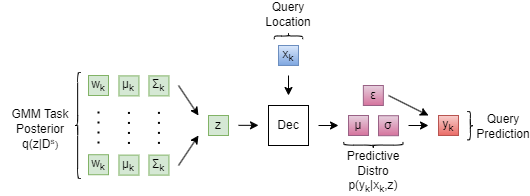
This is assets/diagrams/exports/gmm-np.png from ChickNCurry/dvi-for-bml, a draw.io export, as it was before one commit. Source tidied: cells renumbered, new cells last; positions are measured from the earlier drawing's top-left corner, leaving out a move shared by most shapes.
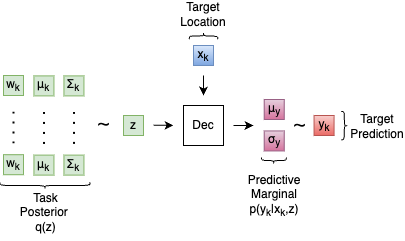
The same file after the commit.

The edit, as a diff of the source:
```diff
@@ -8,12 +8,6 @@
     <mxCell id="3" value="Σ&lt;sub&gt;k&lt;/sub&gt;" style="whiteSpace=wrap;html=1;fillColor=#d5e8d4;strokeColor=#82b366;fontColor=#000000;" parent="1" vertex="1">
       <mxGeometry x="148.4" y="70.4" width="20" height="20" as="geometry" />
     </mxCell>
-    <mxCell id="4" style="endArrow=classic;html=1;" parent="1" edge="1">
-      <mxGeometry relative="1" as="geometry">
-        <mxPoint x="178" y="80" as="sourcePoint" />
-        <mxPoint x="198" y="110" as="targetPoint" />
-      </mxGeometry>
-    </mxCell>
     <mxCell id="5" value="&lt;font color=&quot;#000000&quot;&gt;z&lt;/font&gt;" style="whiteSpace=wrap;html=1;fillColor=#d5e8d4;strokeColor=#82b366;" parent="1" vertex="1">
       <mxGeometry x="208" y="110" width="20" height="20" as="geometry" />
     </mxCell>
@@ -35,11 +29,11 @@
     <mxCell id="9" value="Dec" style="rounded=0;whiteSpace=wrap;html=1;" parent="1" vertex="1">
       <mxGeometry x="268" y="100" width="40" height="40" as="geometry" />
     </mxCell>
-    <mxCell id="10" value="μ" style="whiteSpace=wrap;html=1;fillColor=#e6d0de;strokeColor=#996185;gradientColor=#d5739d;fontColor=#000000;" parent="1" vertex="1">
-      <mxGeometry x="348" y="110" width="20" height="20" as="geometry" />
+    <mxCell id="10" value="μ&lt;sub&gt;y&lt;/sub&gt;" style="whiteSpace=wrap;html=1;fillColor=#e6d0de;strokeColor=#996185;gradientColor=#d5739d;fontColor=#000000;" parent="1" vertex="1">
+      <mxGeometry x="348.7" y="94" width="20" height="20" as="geometry" />
     </mxCell>
-    <mxCell id="11" value="σ" style="whiteSpace=wrap;html=1;fillColor=#e6d0de;strokeColor=#996185;gradientColor=#d5739d;fontColor=#000000;" parent="1" vertex="1">
-      <mxGeometry x="378" y="110.2" width="20" height="20" as="geometry" />
+    <mxCell id="11" value="σ&lt;sub&gt;y&lt;/sub&gt;" style="whiteSpace=wrap;html=1;fillColor=#e6d0de;strokeColor=#996185;gradientColor=#d5739d;fontColor=#000000;" parent="1" vertex="1">
+      <mxGeometry x="348.7" y="125.4" width="20" height="20" as="geometry" />
     </mxCell>
     <mxCell id="12" style="endArrow=classic;html=1;" parent="1" edge="1">
       <mxGeometry relative="1" as="geometry">
@@ -47,47 +41,32 @@
         <mxPoint x="338" y="120" as="targetPoint" />
       </mxGeometry>
     </mxCell>
-    <mxCell id="13" style="endArrow=classic;html=1;" parent="1" edge="1">
-      <mxGeometry relative="1" as="geometry">
-        <mxPoint x="388" y="90" as="sourcePoint" />
-        <mxPoint x="428" y="110" as="targetPoint" />
-      </mxGeometry>
-    </mxCell>
-    <mxCell id="14" style="endArrow=classic;html=1;" parent="1" edge="1">
-      <mxGeometry relative="1" as="geometry">
-        <mxPoint x="408" y="120" as="sourcePoint" />
-        <mxPoint x="428" y="120" as="targetPoint" />
-      </mxGeometry>
-    </mxCell>
     <mxCell id="15" value="&lt;font color=&quot;#000000&quot;&gt;y&lt;sub&gt;k&lt;/sub&gt;&lt;/font&gt;" style="whiteSpace=wrap;html=1;fillColor=#f8cecc;strokeColor=#b85450;gradientColor=#ea6b66;" parent="1" vertex="1">
-      <mxGeometry x="438" y="110" width="20" height="20" as="geometry" />
+      <mxGeometry x="398.6" y="110" width="20" height="20" as="geometry" />
     </mxCell>
-    <mxCell id="16" value="ε" style="whiteSpace=wrap;html=1;fillColor=#e6d0de;strokeColor=#996185;gradientColor=#d5739d;fontColor=#000000;" parent="1" vertex="1">
-      <mxGeometry x="362.9" y="80" width="20" height="20" as="geometry" />
-    </mxCell>
     <mxCell id="17" style="shape=curlyBracket;whiteSpace=wrap;html=1;rounded=1;labelPosition=left;verticalLabelPosition=middle;align=right;verticalAlign=middle;fontColor=#000000;rotation=90;" parent="1" vertex="1">
       <mxGeometry x="284.9" y="16.3" width="6.3" height="28.3" as="geometry" />
     </mxCell>
-    <mxCell id="18" value="Query Location" style="text;html=1;strokeColor=none;fillColor=none;align=center;verticalAlign=middle;whiteSpace=wrap;rounded=0;fontColor=#000000;" parent="1" vertex="1">
+    <mxCell id="18" value="Target Location" style="text;html=1;strokeColor=none;fillColor=none;align=center;verticalAlign=middle;whiteSpace=wrap;rounded=0;fontColor=#000000;" parent="1" vertex="1">
       <mxGeometry x="268" width="40" height="18.3" as="geometry" />
     </mxCell>
-    <mxCell id="19" style="shape=curlyBracket;whiteSpace=wrap;html=1;rounded=1;labelPosition=left;verticalLabelPosition=middle;align=right;verticalAlign=middle;fontColor=#000000;rotation=0;" parent="1" vertex="1">
-      <mxGeometry x="74" y="67" width="6.3" height="106" as="geometry" />
+    <mxCell id="19" style="shape=curlyBracket;whiteSpace=wrap;html=1;rounded=1;labelPosition=left;verticalLabelPosition=middle;align=right;verticalAlign=middle;fontColor=#000000;rotation=-90;" parent="1" vertex="1">
+      <mxGeometry x="126.4" y="135" width="6.3" height="90" as="geometry" />
     </mxCell>
-    <mxCell id="20" value="GMM Task Posterior q(z|D&lt;span style=&quot;font-size: 10px;&quot;&gt;&lt;sup&gt;s&lt;/sup&gt;)&lt;/span&gt;" style="text;html=1;strokeColor=none;fillColor=none;align=center;verticalAlign=middle;whiteSpace=wrap;rounded=0;fontColor=#000000;" parent="1" vertex="1">
-      <mxGeometry x="0.3" y="97.1" width="80" height="54.6" as="geometry" />
+    <mxCell id="20" value="Task Posterior&amp;nbsp;&lt;br&gt;&lt;font style=&quot;font-size: 12px;&quot;&gt;q(z)&lt;/font&gt;" style="text;html=1;strokeColor=none;fillColor=none;align=center;verticalAlign=middle;whiteSpace=wrap;rounded=0;fontColor=#000000;" parent="1" vertex="1">
+      <mxGeometry x="93.4" y="180" width="74.6" height="54.6" as="geometry" />
     </mxCell>
     <mxCell id="21" style="shape=curlyBracket;whiteSpace=wrap;html=1;rounded=1;labelPosition=left;verticalLabelPosition=middle;align=right;verticalAlign=middle;fontColor=#000000;rotation=-90;" parent="1" vertex="1">
-      <mxGeometry x="369.7" y="110" width="6.3" height="59.2" as="geometry" />
+      <mxGeometry x="355.2" y="142.8" width="6.3" height="24.6" as="geometry" />
     </mxCell>
-    <mxCell id="22" value="Predictive Distro p(y&lt;sub&gt;k&lt;/sub&gt;&lt;span style=&quot;font-size: 12px;&quot;&gt;|x&lt;sub&gt;k&lt;/sub&gt;,z)&lt;/span&gt;" style="text;html=1;strokeColor=none;fillColor=none;align=center;verticalAlign=middle;whiteSpace=wrap;rounded=0;fontColor=#000000;fontSize=12;" parent="1" vertex="1">
-      <mxGeometry x="342.9" y="144.5" width="60" height="45.6" as="geometry" />
+    <mxCell id="22" value="Predictive Marginal p(y&lt;sub&gt;k&lt;/sub&gt;&lt;span style=&quot;font-size: 12px;&quot;&gt;|x&lt;sub&gt;k&lt;/sub&gt;,z)&lt;/span&gt;" style="text;html=1;strokeColor=none;fillColor=none;align=center;verticalAlign=middle;whiteSpace=wrap;rounded=0;fontColor=#000000;fontSize=12;" parent="1" vertex="1">
+      <mxGeometry x="328.7" y="167.3" width="60" height="45.6" as="geometry" />
     </mxCell>
     <mxCell id="23" style="shape=curlyBracket;whiteSpace=wrap;html=1;rounded=1;labelPosition=left;verticalLabelPosition=middle;align=right;verticalAlign=middle;fontColor=#000000;rotation=-180;" parent="1" vertex="1">
-      <mxGeometry x="466.7" y="106.1" width="6.3" height="28.3" as="geometry" />
+      <mxGeometry x="425.7" y="106.1" width="6.3" height="28.3" as="geometry" />
     </mxCell>
-    <mxCell id="24" value="Query Prediction" style="text;html=1;strokeColor=none;fillColor=none;align=center;verticalAlign=middle;whiteSpace=wrap;rounded=0;fontColor=#000000;" parent="1" vertex="1">
-      <mxGeometry x="478" y="111.7" width="50" height="18.3" as="geometry" />
+    <mxCell id="24" value="Target Prediction" style="text;html=1;strokeColor=none;fillColor=none;align=center;verticalAlign=middle;whiteSpace=wrap;rounded=0;fontColor=#000000;" parent="1" vertex="1">
+      <mxGeometry x="437" y="111.7" width="50" height="18.3" as="geometry" />
     </mxCell>
     <mxCell id="25" value="μ&lt;sub&gt;k&lt;/sub&gt;" style="whiteSpace=wrap;html=1;fillColor=#d5e8d4;strokeColor=#82b366;fontColor=#000000;" parent="1" vertex="1">
       <mxGeometry x="118.4" y="149.6" width="20" height="20" as="geometry" />
@@ -98,12 +77,6 @@
     <mxCell id="27" style="line;strokeWidth=2;direction=south;html=1;dashed=1;dashPattern=1 4;" parent="1" vertex="1">
       <mxGeometry x="153.4" y="106.4" width="10" height="36" as="geometry" />
     </mxCell>
-    <mxCell id="28" style="endArrow=classic;html=1;" parent="1" edge="1">
-      <mxGeometry relative="1" as="geometry">
-        <mxPoint x="178" y="160" as="sourcePoint" />
-        <mxPoint x="198" y="130" as="targetPoint" />
-      </mxGeometry>
-    </mxCell>
     <mxCell id="29" value="w&lt;sub&gt;k&lt;/sub&gt;" style="whiteSpace=wrap;html=1;fillColor=#d5e8d4;strokeColor=#82b366;fontColor=#000000;" parent="1" vertex="1">
       <mxGeometry x="88" y="70" width="20" height="20" as="geometry" />
     </mxCell>
@@ -116,5 +89,11 @@
     <mxCell id="32" style="line;strokeWidth=2;direction=south;html=1;dashed=1;dashPattern=1 4;" parent="1" vertex="1">
       <mxGeometry x="93" y="106" width="10" height="36" as="geometry" />
     </mxCell>
+    <mxCell id="33" value="&lt;font style=&quot;font-size: 25px;&quot;&gt;∼&lt;/font&gt;" style="text;html=1;strokeColor=none;fillColor=none;align=center;verticalAlign=middle;whiteSpace=wrap;rounded=0;fontSize=12;" parent="1" vertex="1">
+      <mxGeometry x="171.4" y="110" width="34.6" height="10.2" as="geometry" />
+    </mxCell>
+    <mxCell id="34" value="&lt;font style=&quot;font-size: 25px;&quot;&gt;∼&lt;/font&gt;" style="text;html=1;strokeColor=none;fillColor=none;align=center;verticalAlign=middle;whiteSpace=wrap;rounded=0;fontSize=12;" parent="1" vertex="1">
+      <mxGeometry x="367" y="110.7" width="34.6" height="10.2" as="geometry" />
+    </mxCell>
   </root>
 </mxGraphModel>
```
